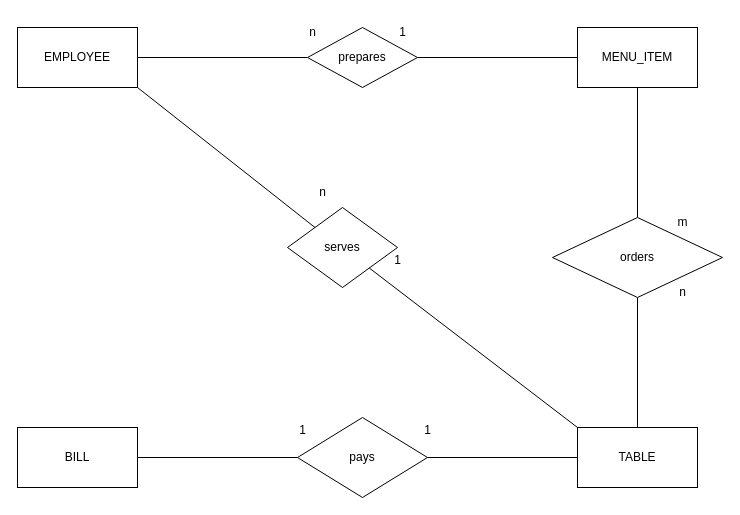
Before: ProjectBuildingApplicationsERD.drawio in tnb1604/tnb1604, a draw.io diagram. Source tidied: cells renumbered, new cells numbered last; positions are measured from the earlier drawing's top-left corner, leaving out a move shared by most shapes. Both pictures are drawn from the tidied source at 100%, with x=0, y=0 at pixel (17, 17).
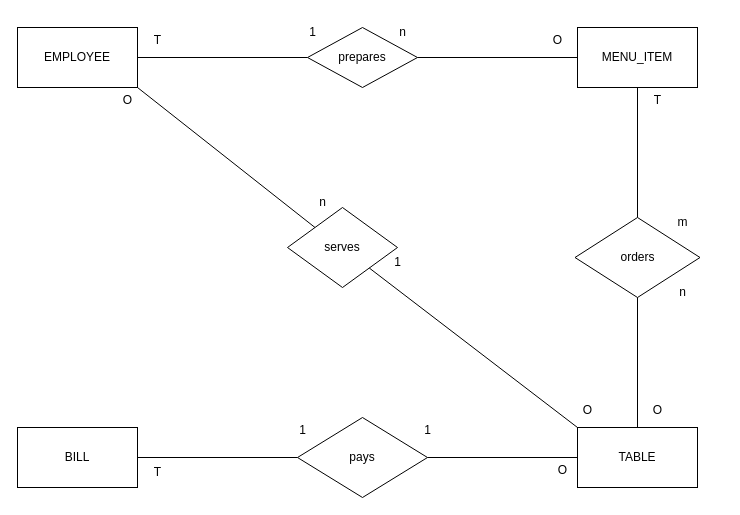
After the change.

Diff of the diagram source:
```diff
@@
     <mxCell id="6" value="orders" style="rhombus;whiteSpace=wrap;html=1;" parent="1" vertex="1">
-      <mxGeometry x="535" y="200" width="170" height="80" as="geometry" />
+      <mxGeometry x="557.5" y="200" width="125" height="80" as="geometry" />
     </mxCell>
@@
     <mxCell id="20" value="1" style="text;html=1;align=center;verticalAlign=middle;strokeColor=none;fillColor=none;" parent="1" vertex="1">
-      <mxGeometry x="365" y="228" width="30" height="30" as="geometry" />
+      <mxGeometry x="365" y="230" width="30" height="30" as="geometry" />
     </mxCell>
     <mxCell id="21" value="n" style="text;html=1;align=center;verticalAlign=middle;strokeColor=none;fillColor=none;" parent="1" vertex="1">
-      <mxGeometry x="290" y="160" width="30" height="30" as="geometry" />
+      <mxGeometry x="290" y="170" width="30" height="30" as="geometry" />
     </mxCell>
-    <mxCell id="22" value="n" style="text;html=1;align=center;verticalAlign=middle;strokeColor=none;fillColor=none;" parent="1" vertex="1">
+    <mxCell id="22" value="1" style="text;html=1;align=center;verticalAlign=middle;strokeColor=none;fillColor=none;" parent="1" vertex="1">
       <mxGeometry x="280" width="30" height="30" as="geometry" />
     </mxCell>
-    <mxCell id="23" value="1" style="text;html=1;align=center;verticalAlign=middle;strokeColor=none;fillColor=none;" parent="1" vertex="1">
+    <mxCell id="23" value="n" style="text;html=1;align=center;verticalAlign=middle;strokeColor=none;fillColor=none;" parent="1" vertex="1">
       <mxGeometry x="370" width="30" height="30" as="geometry" />
     </mxCell>
@@
+    <mxCell id="26" value="T" style="text;html=1;align=center;verticalAlign=middle;strokeColor=none;fillColor=none;" parent="1" vertex="1">
+      <mxGeometry x="125" y="8" width="30" height="30" as="geometry" />
+    </mxCell>
+    <mxCell id="27" value="O" style="text;html=1;align=center;verticalAlign=middle;strokeColor=none;fillColor=none;" parent="1" vertex="1">
+      <mxGeometry x="525" y="8" width="30" height="30" as="geometry" />
+    </mxCell>
+    <mxCell id="28" value="O" style="text;html=1;align=center;verticalAlign=middle;strokeColor=none;fillColor=none;" parent="1" vertex="1">
+      <mxGeometry x="625" y="378" width="30" height="30" as="geometry" />
+    </mxCell>
+    <mxCell id="29" value="T" style="text;html=1;align=center;verticalAlign=middle;strokeColor=none;fillColor=none;" parent="1" vertex="1">
+      <mxGeometry x="625" y="68" width="30" height="30" as="geometry" />
+    </mxCell>
+    <mxCell id="30" value="T" style="text;html=1;align=center;verticalAlign=middle;strokeColor=none;fillColor=none;" parent="1" vertex="1">
+      <mxGeometry x="125" y="440" width="30" height="30" as="geometry" />
+    </mxCell>
+    <mxCell id="31" value="O" style="text;html=1;align=center;verticalAlign=middle;strokeColor=none;fillColor=none;" parent="1" vertex="1">
+      <mxGeometry x="530" y="438" width="30" height="30" as="geometry" />
+    </mxCell>
+    <mxCell id="32" value="O" style="text;html=1;align=center;verticalAlign=middle;strokeColor=none;fillColor=none;" parent="1" vertex="1">
+      <mxGeometry x="555" y="378" width="30" height="30" as="geometry" />
+    </mxCell>
+    <mxCell id="33" value="O" style="text;html=1;align=center;verticalAlign=middle;strokeColor=none;fillColor=none;" parent="1" vertex="1">
+      <mxGeometry x="95" y="68" width="30" height="30" as="geometry" />
+    </mxCell>
```
